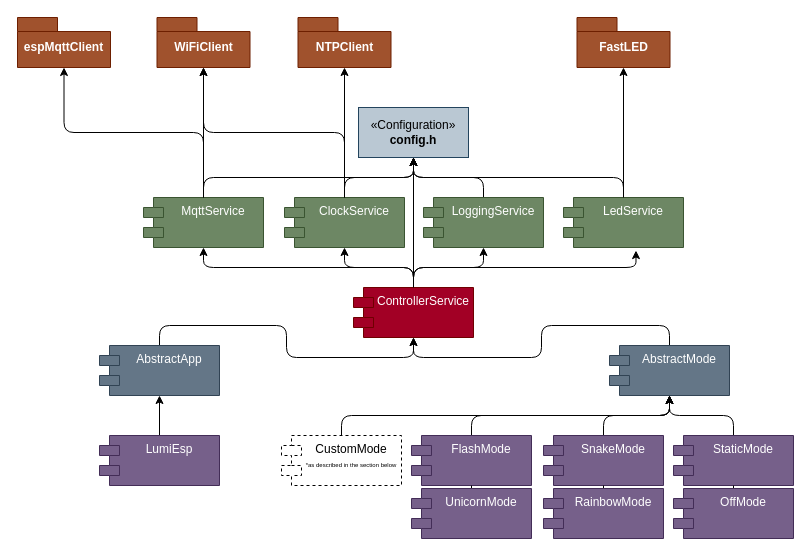
Friedjof/LumiESP keeps this draw.io diagram as media/drawio/sketches.drawio. Above is the earlier version. Source tidied: cells renumbered, new cells numbered last; positions are measured from the earlier drawing's top-left corner, leaving out a move shared by most shapes. Both pictures are drawn from the tidied source at 100%, with x=0, y=0 at pixel (17, 17).
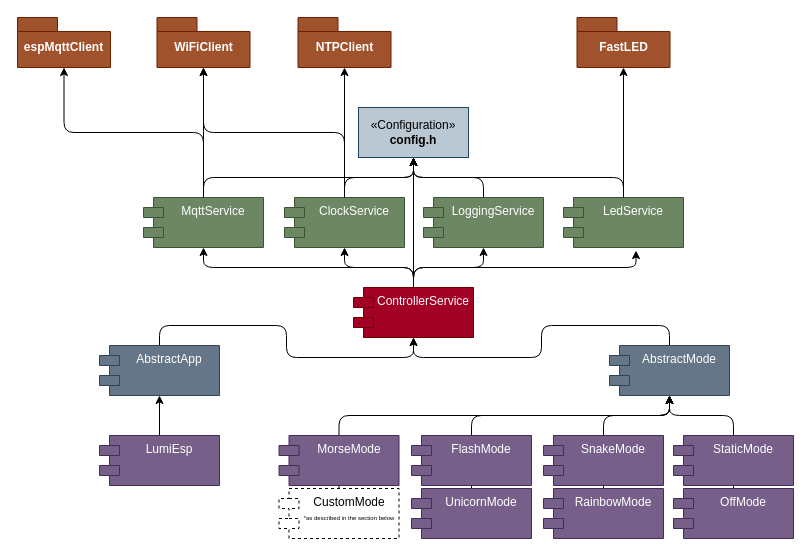
The same diagram, later.

The change refers to these unchanged cells:
```xml
<mxCell id="20" value="AbstractMode" style="shape=module;align=left;spacingLeft=20;align=center;verticalAlign=top;whiteSpace=wrap;html=1;shadow=0;rounded=1;fillColor=#647687;fontColor=#ffffff;strokeColor=#314354;" parent="1" vertex="1">
  <mxGeometry x="592" y="328" width="120" height="50" as="geometry" />
</mxCell>
```

Change to the diagram source:
```diff
@@
-    <mxCell id="44" style="edgeStyle=orthogonalEdgeStyle;rounded=1;jettySize=auto;html=1;exitX=0.5;exitY=0;exitDx=0;exitDy=0;entryX=0.5;entryY=1;entryDx=0;entryDy=0;curved=0;" parent="1" edge="1" source="45" target="20">
+    <mxCell id="44" style="edgeStyle=orthogonalEdgeStyle;rounded=1;jettySize=auto;html=1;exitX=0.5;exitY=0;exitDx=0;exitDy=0;entryX=0.5;entryY=1;entryDx=0;entryDy=0;curved=0;" parent="1" edge="1" source="47" target="20">
       <mxGeometry relative="1" as="geometry" />
     </mxCell>
     <mxCell id="45" value="CustomMode&lt;br&gt;&lt;div&gt;&lt;font style=&quot;font-size: 6px;&quot;&gt;*as described in the section below&lt;/font&gt;&lt;/div&gt;" style="shape=module;align=left;spacingLeft=20;align=center;verticalAlign=top;whiteSpace=wrap;html=1;shadow=0;rounded=1;dashed=1;fillColor=none;" parent="1" vertex="1">
-      <mxGeometry x="264" y="418" width="120" height="50" as="geometry" />
+      <mxGeometry x="261.5" y="471" width="120" height="50" as="geometry" />
     </mxCell>
+    <mxCell id="46" style="rounded=1;jettySize=auto;html=1;exitX=0.5;exitY=0;exitDx=0;exitDy=0;entryX=0.5;entryY=1;entryDx=0;entryDy=0;endArrow=none;endFill=0;" parent="1" edge="1" source="45" target="47">
+      <mxGeometry relative="1" as="geometry" />
+    </mxCell>
+    <mxCell id="47" value="MorseMode" style="shape=module;align=left;spacingLeft=20;align=center;verticalAlign=top;whiteSpace=wrap;html=1;shadow=0;fillColor=#76608a;fontColor=#ffffff;strokeColor=#432D57;rounded=1;" parent="1" vertex="1">
+      <mxGeometry x="261.5" y="418" width="120" height="50" as="geometry" />
+    </mxCell>
```
